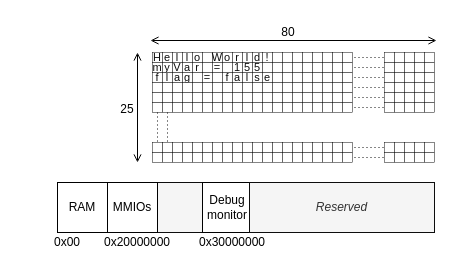
The draw.io diagram docs/diagrams/peripherals/debug_monitor/debug_monitor.drawio in silhavyj/ZeroMate, before the edit. Source tidied: cells renumbered, new cells numbered last; positions are measured from the earlier drawing's top-left corner, leaving out a move shared by most shapes. Both pictures are drawn from the tidied source at 100%, with x=0, y=0 at pixel (27, 17).
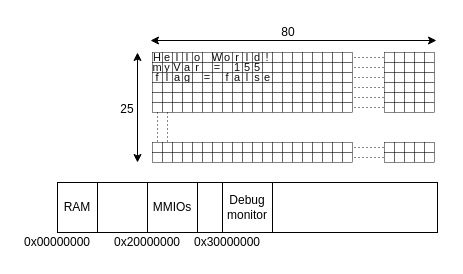
The same diagram, later.

The edit, as a diff of the source:
```diff
@@
-    <mxCell id="2" style="rounded=0;whiteSpace=wrap;html=1;fillColor=#f5f5f5;fontColor=#333333;strokeColor=#0D0D0D;" parent="1" vertex="1">
-      <mxGeometry x="30" y="165" width="150" height="50" as="geometry" />
+    <mxCell id="2" style="rounded=0;whiteSpace=wrap;html=1;fillColor=none;" parent="1" vertex="1">
+      <mxGeometry x="30" y="165" width="380" height="50" as="geometry" />
     </mxCell>
-    <mxCell id="3" value="0x00" style="text;html=1;strokeColor=none;fillColor=none;align=center;verticalAlign=middle;whiteSpace=wrap;rounded=0;fontFamily=Computer Modern;" parent="1" vertex="1">
-      <mxGeometry y="210" width="80" height="30" as="geometry" />
+    <mxCell id="3" value="0x00000000" style="text;html=1;strokeColor=none;fillColor=none;align=center;verticalAlign=middle;whiteSpace=wrap;rounded=0;fontFamily=Computer Modern;" parent="1" vertex="1">
+      <mxGeometry x="-10" y="210" width="80" height="30" as="geometry" />
     </mxCell>
     <mxCell id="4" value="0x20000000" style="text;html=1;strokeColor=none;fillColor=none;align=center;verticalAlign=middle;whiteSpace=wrap;rounded=0;fontFamily=Computer Modern;" parent="1" vertex="1">
-      <mxGeometry x="70" y="210" width="80" height="30" as="geometry" />
+      <mxGeometry x="80" y="210" width="80" height="30" as="geometry" />
     </mxCell>
     <mxCell id="5" value="0x30000000" style="text;html=1;strokeColor=none;fillColor=none;align=center;verticalAlign=middle;whiteSpace=wrap;rounded=0;fontFamily=Computer Modern;" parent="1" vertex="1">
-      <mxGeometry x="165" y="210" width="80" height="30" as="geometry" />
+      <mxGeometry x="160" y="210" width="80" height="30" as="geometry" />
     </mxCell>
     <mxCell id="6" value="RAM" style="rounded=0;whiteSpace=wrap;html=1;fontFamily=Computer Modern;" parent="1" vertex="1">
-      <mxGeometry x="30" y="165" width="50" height="50" as="geometry" />
+      <mxGeometry x="30" y="165" width="40" height="50" as="geometry" />
     </mxCell>
     <mxCell id="7" value="MMIOs" style="rounded=0;whiteSpace=wrap;html=1;fontFamily=Computer Modern;" parent="1" vertex="1">
-      <mxGeometry x="80" y="165" width="50" height="50" as="geometry" />
+      <mxGeometry x="120" y="165" width="50" height="50" as="geometry" />
     </mxCell>
     <mxCell id="8" value="Debug&lt;br&gt;monitor" style="rounded=0;whiteSpace=wrap;html=1;fontFamily=Computer Modern;" parent="1" vertex="1">
-      <mxGeometry x="175" y="165" width="50" height="50" as="geometry" />
+      <mxGeometry x="195" y="165" width="50" height="50" as="geometry" />
     </mxCell>
@@
-    <mxCell id="219" style="endArrow=open;startArrow=open;html=1;rounded=0;startFill=0;endFill=0;" parent="1" edge="1">
+    <mxCell id="219" style="endArrow=classic;startArrow=classic;html=1;rounded=0;" parent="1" edge="1">
       <mxGeometry relative="1" as="geometry">
         <mxPoint x="110" y="145" as="sourcePoint" />
         <mxPoint x="110" y="35" as="targetPoint" />
       </mxGeometry>
     </mxCell>
-    <mxCell id="220" style="endArrow=open;startArrow=open;html=1;rounded=0;startFill=0;endFill=0;" parent="1" edge="1">
+    <mxCell id="220" style="endArrow=classic;startArrow=classic;html=1;rounded=0;" parent="1" edge="1">
       <mxGeometry relative="1" as="geometry">
         <mxPoint x="409" y="23" as="sourcePoint" />
         <mxPoint x="123" y="23" as="targetPoint" />
       </mxGeometry>
     </mxCell>
@@
-    <mxCell id="223" value="Reserved" style="rounded=0;whiteSpace=wrap;html=1;fillColor=#f5f5f5;fontColor=#333333;strokeColor=#0D0D0D;fontFamily=Computer Modern;fontStyle=2;" parent="1" vertex="1">
-      <mxGeometry x="222" y="165" width="185" height="50" as="geometry" />
-    </mxCell>
```
